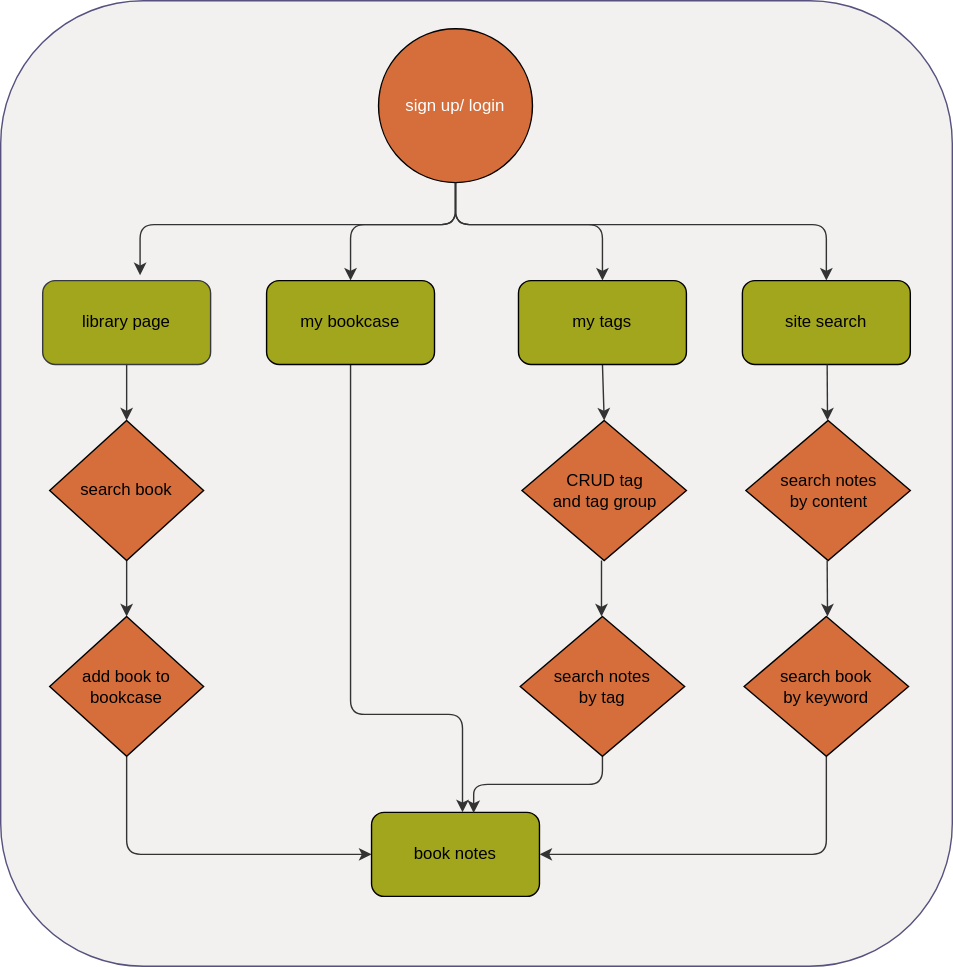
Before: src/demo/flowchart.drawio.svg, a diagram exported from draw.io (linlindon/bookia). Source tidied: cells renumbered, new cells last; positions are measured from the earlier drawing's top-left corner, leaving out a move shared by most shapes. The source it was exported from:
```xml
<mxGraphModel>
  <root>
    <mxCell id="0" />
    <mxCell id="1" parent="0" />
    <mxCell id="2" style="rounded=1;whiteSpace=wrap;html=1;fillColor=#F2F1F0;strokeColor=#56517e;" parent="1" vertex="1">
      <mxGeometry width="680" height="690" as="geometry" />
    </mxCell>
    <mxCell id="3" style="edgeStyle=orthogonalEdgeStyle;html=1;exitX=0.5;exitY=1;exitDx=0;exitDy=0;entryX=0.5;entryY=0;entryDx=0;entryDy=0;strokeColor=#333333;" parent="1" edge="1" source="4" target="16">
      <mxGeometry relative="1" as="geometry" />
    </mxCell>
    <mxCell id="4" value="library page" style="rounded=1;whiteSpace=wrap;html=1;fillColor=#A2A61C;strokeColor=#36393d;" parent="1" vertex="1">
      <mxGeometry x="30" y="200" width="120" height="60" as="geometry" />
    </mxCell>
    <mxCell id="5" style="edgeStyle=orthogonalEdgeStyle;html=1;exitX=0.5;exitY=1;exitDx=0;exitDy=0;entryX=0.58;entryY=-0.063;entryDx=0;entryDy=0;entryPerimeter=0;strokeColor=#333333;" parent="1" edge="1" source="8" target="4">
      <mxGeometry relative="1" as="geometry">
        <Array as="points">
          <mxPoint x="325" y="160" />
          <mxPoint x="100" y="160" />
        </Array>
      </mxGeometry>
    </mxCell>
    <mxCell id="6" style="edgeStyle=orthogonalEdgeStyle;html=1;entryX=0.5;entryY=0;entryDx=0;entryDy=0;strokeColor=#333333;" parent="1" edge="1" source="8" target="10">
      <mxGeometry relative="1" as="geometry">
        <Array as="points">
          <mxPoint x="325" y="160" />
          <mxPoint x="250" y="160" />
        </Array>
      </mxGeometry>
    </mxCell>
    <mxCell id="7" style="edgeStyle=orthogonalEdgeStyle;html=1;exitX=0.5;exitY=1;exitDx=0;exitDy=0;entryX=0.5;entryY=0;entryDx=0;entryDy=0;strokeColor=#333333;" parent="1" edge="1" source="8" target="13">
      <mxGeometry relative="1" as="geometry">
        <Array as="points">
          <mxPoint x="325" y="160" />
          <mxPoint x="590" y="160" />
        </Array>
      </mxGeometry>
    </mxCell>
    <mxCell id="8" value="&lt;span&gt;sign up/ login&lt;/span&gt;" style="ellipse;whiteSpace=wrap;html=1;fillColor=#D66E3C;strokeColor=default;fontColor=#ffffff;" parent="1" vertex="1">
      <mxGeometry x="270" y="20" width="110" height="110" as="geometry" />
    </mxCell>
    <mxCell id="9" style="edgeStyle=orthogonalEdgeStyle;html=1;exitX=0.5;exitY=1;exitDx=0;exitDy=0;strokeColor=#333333;" parent="1" edge="1" source="10">
      <mxGeometry relative="1" as="geometry">
        <mxPoint x="330" y="580" as="targetPoint" />
        <Array as="points">
          <mxPoint x="250" y="510" />
          <mxPoint x="330" y="510" />
          <mxPoint x="330" y="580" />
        </Array>
      </mxGeometry>
    </mxCell>
    <mxCell id="10" value="my bookcase" style="rounded=1;whiteSpace=wrap;html=1;fillColor=#A2A61C;" parent="1" vertex="1">
      <mxGeometry x="190" y="200" width="120" height="60" as="geometry" />
    </mxCell>
    <mxCell id="11" style="edgeStyle=none;html=1;exitX=0.5;exitY=1;exitDx=0;exitDy=0;entryX=0.5;entryY=0;entryDx=0;entryDy=0;strokeColor=#333333;" parent="1" edge="1" source="12" target="20">
      <mxGeometry relative="1" as="geometry" />
    </mxCell>
    <mxCell id="12" value="my tags" style="rounded=1;whiteSpace=wrap;html=1;fillColor=#A2A61C;" parent="1" vertex="1">
      <mxGeometry x="370" y="200" width="120" height="60" as="geometry" />
    </mxCell>
    <mxCell id="13" value="site search" style="rounded=1;whiteSpace=wrap;html=1;fillColor=#A2A61C;" parent="1" vertex="1">
      <mxGeometry x="530" y="200" width="120" height="60" as="geometry" />
    </mxCell>
    <mxCell id="14" style="edgeStyle=orthogonalEdgeStyle;html=1;exitX=0.5;exitY=1;exitDx=0;exitDy=0;strokeColor=#333333;" parent="1" edge="1" source="8">
      <mxGeometry relative="1" as="geometry">
        <mxPoint x="430" y="200" as="targetPoint" />
        <Array as="points">
          <mxPoint x="325" y="160" />
          <mxPoint x="430" y="160" />
          <mxPoint x="430" y="200" />
        </Array>
      </mxGeometry>
    </mxCell>
    <mxCell id="15" style="edgeStyle=orthogonalEdgeStyle;html=1;exitX=0.5;exitY=1;exitDx=0;exitDy=0;entryX=0.5;entryY=0;entryDx=0;entryDy=0;strokeColor=#333333;" parent="1" edge="1" source="16" target="18">
      <mxGeometry relative="1" as="geometry" />
    </mxCell>
    <mxCell id="16" value="&lt;span&gt;search book&lt;/span&gt;" style="rhombus;whiteSpace=wrap;html=1;strokeColor=default;fillColor=#D66E3C;" parent="1" vertex="1">
      <mxGeometry x="35" y="300" width="110" height="100" as="geometry" />
    </mxCell>
    <mxCell id="17" style="edgeStyle=orthogonalEdgeStyle;html=1;strokeColor=#333333;entryX=0;entryY=0.5;entryDx=0;entryDy=0;" parent="1" edge="1" source="18" target="19">
      <mxGeometry relative="1" as="geometry">
        <Array as="points">
          <mxPoint x="90" y="610" />
        </Array>
      </mxGeometry>
    </mxCell>
    <mxCell id="18" value="&lt;span&gt;add book to bookcase&lt;/span&gt;" style="rhombus;whiteSpace=wrap;html=1;strokeColor=default;fillColor=#D66E3C;" parent="1" vertex="1">
      <mxGeometry x="35" y="440" width="110" height="100" as="geometry" />
    </mxCell>
    <mxCell id="19" value="book notes" style="rounded=1;whiteSpace=wrap;html=1;fillColor=#A2A61C;" parent="1" vertex="1">
      <mxGeometry x="265" y="580" width="120" height="60" as="geometry" />
    </mxCell>
    <mxCell id="20" value="&lt;span&gt;CRUD tag&lt;br&gt;and tag group&lt;br&gt;&lt;/span&gt;" style="rhombus;whiteSpace=wrap;html=1;strokeColor=default;fillColor=#D66E3C;" parent="1" vertex="1">
      <mxGeometry x="372.5" y="300" width="117.5" height="100" as="geometry" />
    </mxCell>
    <mxCell id="21" style="edgeStyle=orthogonalEdgeStyle;html=1;exitX=0.5;exitY=1;exitDx=0;exitDy=0;entryX=0.608;entryY=0.008;entryDx=0;entryDy=0;entryPerimeter=0;strokeColor=#333333;" parent="1" edge="1" source="22" target="19">
      <mxGeometry relative="1" as="geometry" />
    </mxCell>
    <mxCell id="22" value="&lt;span&gt;search notes&amp;nbsp;&lt;br&gt;by tag&lt;br&gt;&lt;/span&gt;" style="rhombus;whiteSpace=wrap;html=1;strokeColor=default;fillColor=#D66E3C;" parent="1" vertex="1">
      <mxGeometry x="371.2" y="440" width="117.5" height="100" as="geometry" />
    </mxCell>
    <mxCell id="23" style="edgeStyle=orthogonalEdgeStyle;html=1;exitX=0.5;exitY=1;exitDx=0;exitDy=0;entryX=0.5;entryY=0;entryDx=0;entryDy=0;strokeColor=#333333;" parent="1" edge="1">
      <mxGeometry relative="1" as="geometry">
        <mxPoint x="429.3" y="400" as="sourcePoint" />
        <mxPoint x="429.3" y="440" as="targetPoint" />
        <Array as="points">
          <mxPoint x="429.4" y="410" />
          <mxPoint x="429.4" y="410" />
        </Array>
      </mxGeometry>
    </mxCell>
    <mxCell id="24" value="&lt;span&gt;search notes&lt;br&gt;by content&lt;br&gt;&lt;/span&gt;" style="rhombus;whiteSpace=wrap;html=1;strokeColor=default;fillColor=#D66E3C;" parent="1" vertex="1">
      <mxGeometry x="532.5" y="300" width="117.5" height="100" as="geometry" />
    </mxCell>
    <mxCell id="25" style="edgeStyle=none;html=1;entryX=0.5;entryY=0;entryDx=0;entryDy=0;strokeColor=#333333;" parent="1" edge="1">
      <mxGeometry relative="1" as="geometry">
        <mxPoint x="590.6" y="260" as="sourcePoint" />
        <mxPoint x="590.8" y="300" as="targetPoint" />
      </mxGeometry>
    </mxCell>
    <mxCell id="26" style="edgeStyle=orthogonalEdgeStyle;html=1;exitX=0.5;exitY=1;exitDx=0;exitDy=0;strokeColor=#333333;entryX=1;entryY=0.5;entryDx=0;entryDy=0;" parent="1" edge="1" source="27" target="19">
      <mxGeometry relative="1" as="geometry">
        <Array as="points">
          <mxPoint x="590" y="610" />
        </Array>
      </mxGeometry>
    </mxCell>
    <mxCell id="27" value="&lt;span&gt;search book&lt;br&gt;by keyword&lt;br&gt;&lt;/span&gt;" style="rhombus;whiteSpace=wrap;html=1;strokeColor=default;fillColor=#D66E3C;" parent="1" vertex="1">
      <mxGeometry x="531.2" y="440" width="117.5" height="100" as="geometry" />
    </mxCell>
    <mxCell id="28" style="edgeStyle=none;html=1;entryX=0.5;entryY=0;entryDx=0;entryDy=0;strokeColor=#333333;" parent="1" edge="1">
      <mxGeometry relative="1" as="geometry">
        <mxPoint x="590.6" y="400" as="sourcePoint" />
        <mxPoint x="590.8" y="440" as="targetPoint" />
      </mxGeometry>
    </mxCell>
  </root>
</mxGraphModel>
```
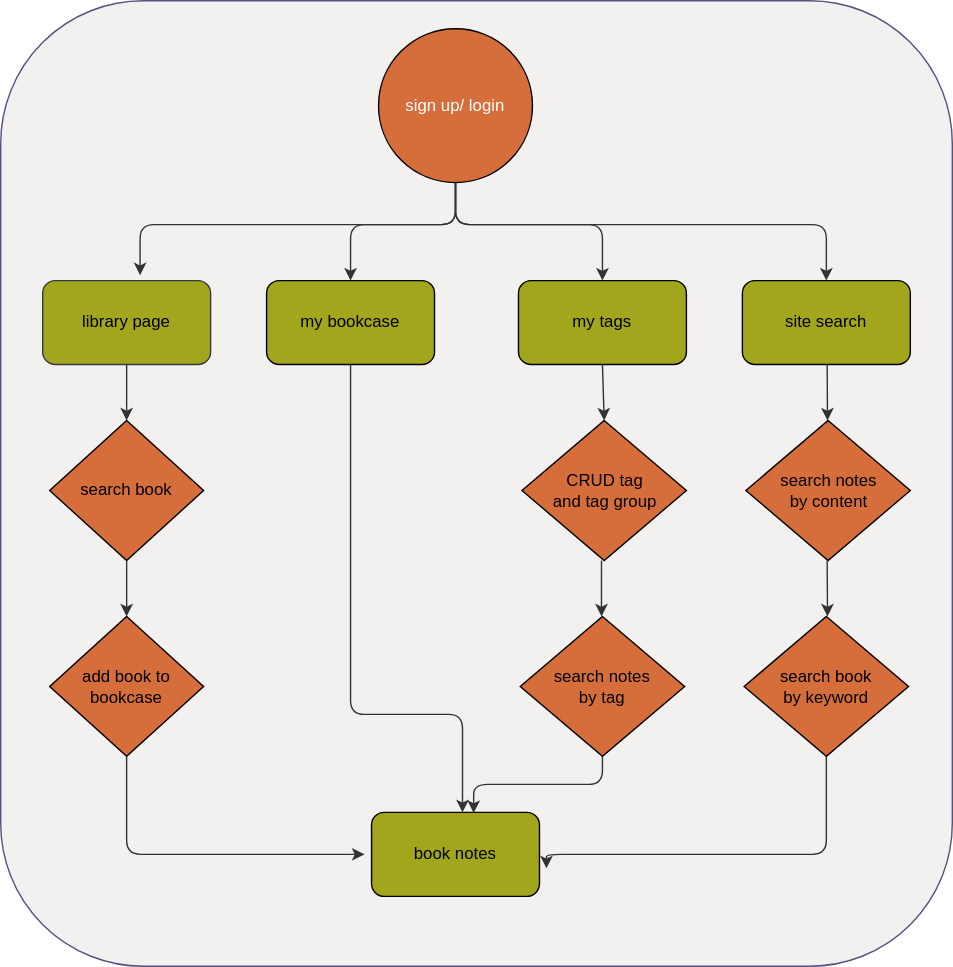
The same diagram one commit later.

Commit message:
update flow chart layout

The edit, as a diff of the source:
```diff
@@ -76,8 +76,9 @@
     <mxCell id="16" value="&lt;span&gt;search book&lt;/span&gt;" style="rhombus;whiteSpace=wrap;html=1;strokeColor=default;fillColor=#D66E3C;" parent="1" vertex="1">
       <mxGeometry x="35" y="300" width="110" height="100" as="geometry" />
     </mxCell>
-    <mxCell id="17" style="edgeStyle=orthogonalEdgeStyle;html=1;strokeColor=#333333;entryX=0;entryY=0.5;entryDx=0;entryDy=0;" parent="1" edge="1" source="18" target="19">
+    <mxCell id="17" style="edgeStyle=orthogonalEdgeStyle;html=1;strokeColor=#333333;" parent="1" edge="1" source="18">
       <mxGeometry relative="1" as="geometry">
+        <mxPoint x="260" y="610" as="targetPoint" />
         <Array as="points">
           <mxPoint x="90" y="610" />
         </Array>
@@ -117,10 +118,12 @@
         <mxPoint x="590.8" y="300" as="targetPoint" />
       </mxGeometry>
     </mxCell>
-    <mxCell id="26" style="edgeStyle=orthogonalEdgeStyle;html=1;exitX=0.5;exitY=1;exitDx=0;exitDy=0;strokeColor=#333333;entryX=1;entryY=0.5;entryDx=0;entryDy=0;" parent="1" edge="1" source="27" target="19">
+    <mxCell id="26" style="edgeStyle=orthogonalEdgeStyle;html=1;exitX=0.5;exitY=1;exitDx=0;exitDy=0;strokeColor=#333333;" parent="1" edge="1" source="27">
       <mxGeometry relative="1" as="geometry">
+        <mxPoint x="390" y="620" as="targetPoint" />
         <Array as="points">
           <mxPoint x="590" y="610" />
+          <mxPoint x="390" y="610" />
         </Array>
       </mxGeometry>
     </mxCell>
```
